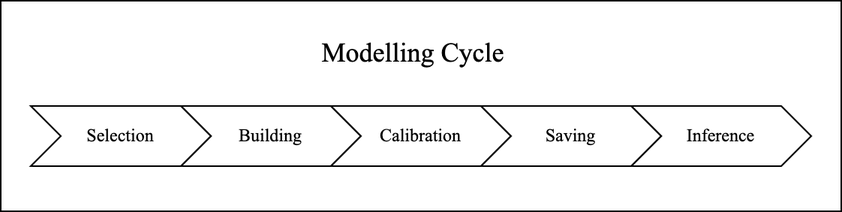
This is docs/images/Modelling Cycle.png from TimHenry1995/gyoza, a draw.io export, as it was before one commit. Source tidied: cells renumbered, new cells last; positions are measured from the earlier drawing's top-left corner, leaving out a move shared by most shapes.
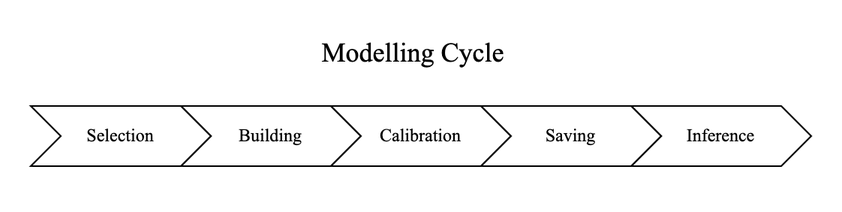
Above is the later version.

Commit message:
Removed frame from modelling cycle

Change to the diagram source:
```diff
@@ -2,7 +2,7 @@
   <root>
     <mxCell id="0" />
     <mxCell id="1" parent="0" />
-    <mxCell id="2" style="rounded=0;whiteSpace=wrap;html=1;fontFamily=Times New Roman;fillColor=default;" parent="1" vertex="1">
+    <mxCell id="2" style="rounded=0;whiteSpace=wrap;html=1;fontFamily=Times New Roman;fillColor=default;strokeColor=none;" parent="1" vertex="1">
       <mxGeometry width="560" height="140" as="geometry" />
     </mxCell>
     <mxCell id="3" value="Building" style="shape=step;perimeter=stepPerimeter;whiteSpace=wrap;html=1;fixedSize=1;fillColor=default;fontFamily=Times New Roman;" parent="1" vertex="1">
```
